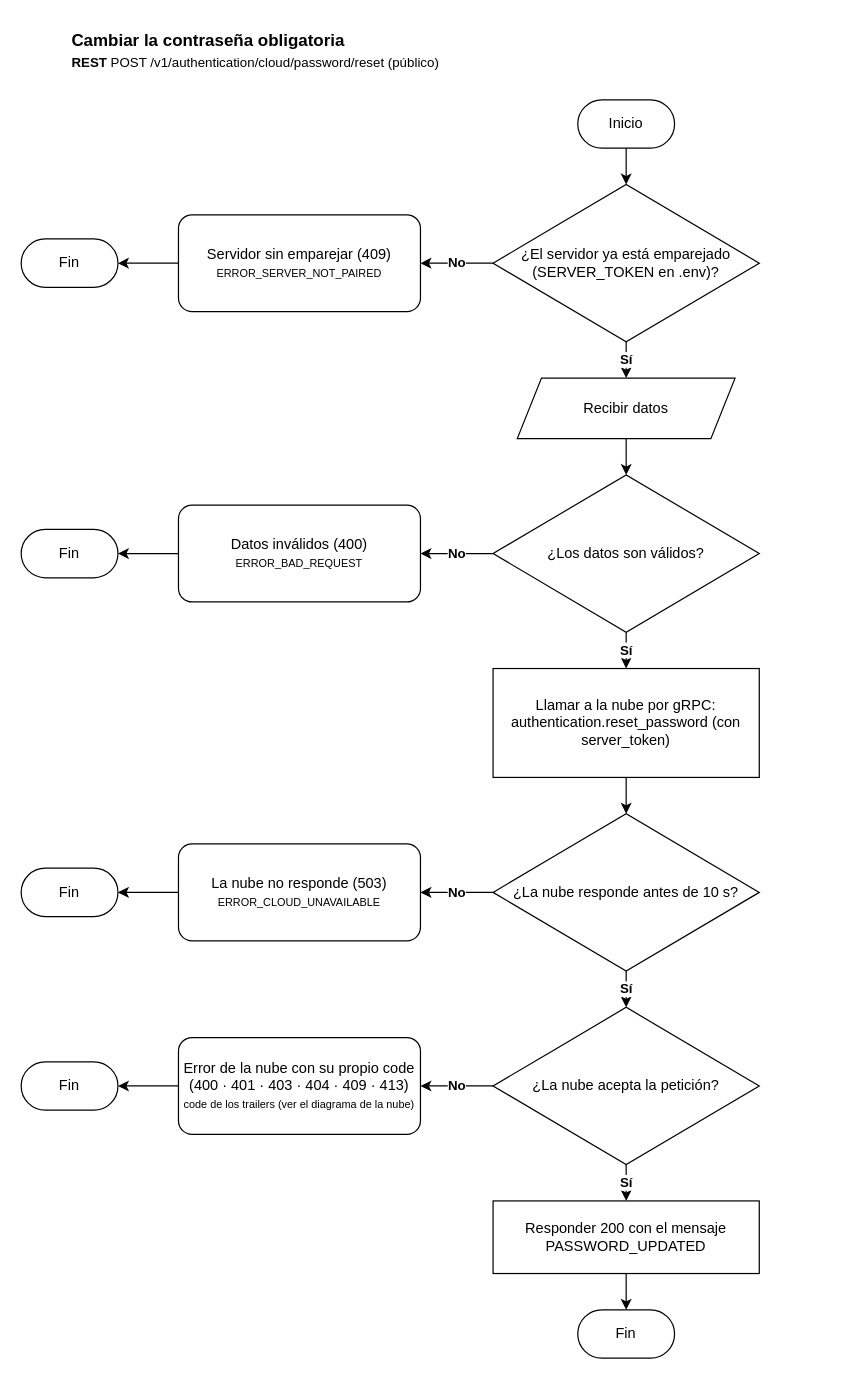
Andry510/miyabi-restaurant-server keeps this draw.io diagram as documents/diagrams/workflows/authentication/cloud/reset.drawio. Above is the earlier version. Source tidied: cells renumbered, new cells numbered last; positions are measured from the earlier drawing's top-left corner, leaving out a move shared by most shapes. Both pictures are drawn from the tidied source at 121%, with x=0, y=0 at pixel (21, 21).
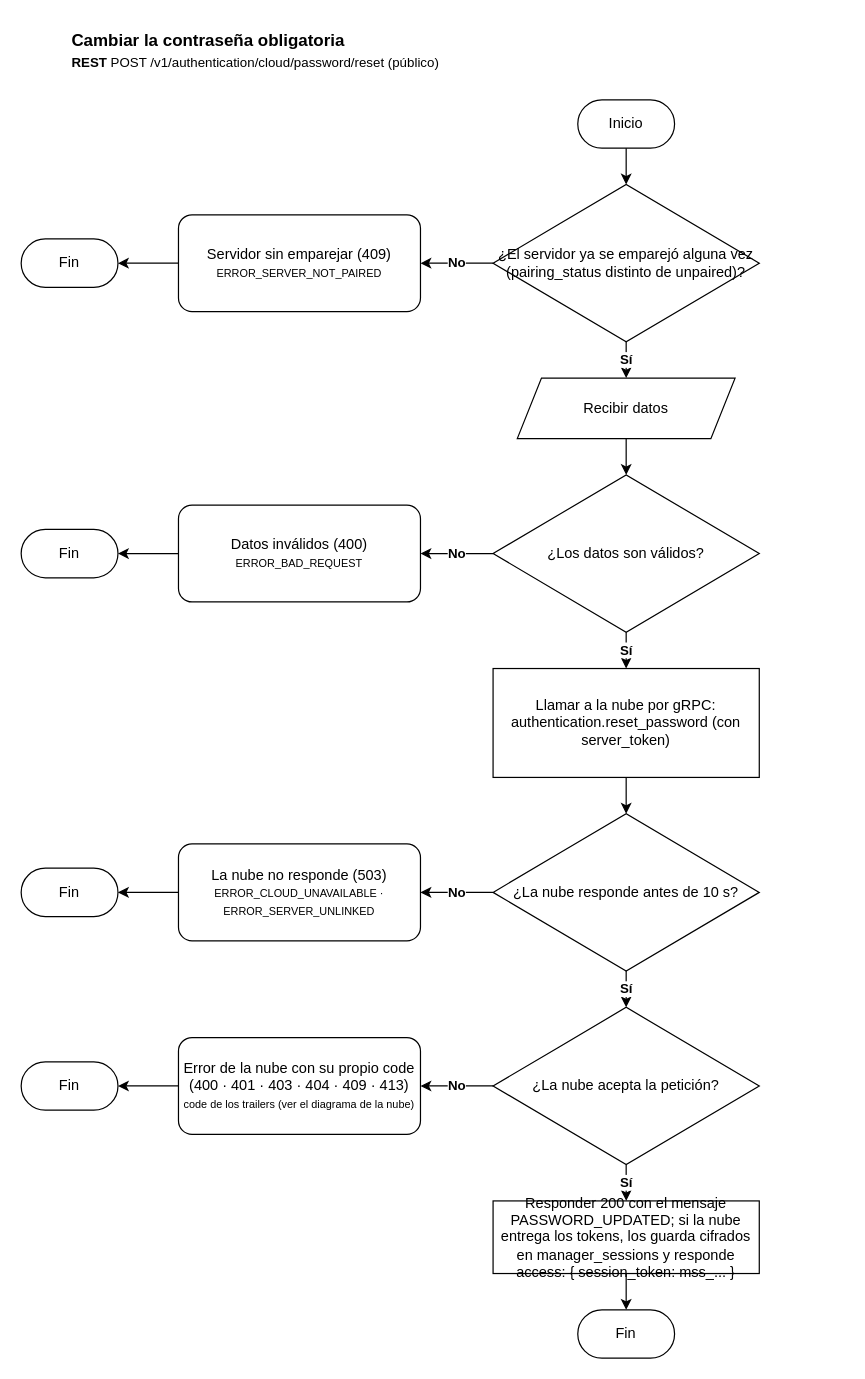
Above is the later version.

Diff of the diagram source:
```diff
@@
-    <mxCell id="4" value="¿El servidor ya está emparejado (SERVER_TOKEN en .env)?" style="rhombus;whiteSpace=wrap;html=1;rounded=1;arcSize=0;" parent="1" vertex="1">
+    <mxCell id="4" value="¿El servidor ya se emparejó alguna vez (pairing_status distinto de unpaired)?" style="rhombus;whiteSpace=wrap;html=1;rounded=1;arcSize=0;" parent="1" vertex="1">
       <mxGeometry x="390" y="135" width="220" height="130" as="geometry" />
     </mxCell>
@@
-    <mxCell id="22" value="La nube no responde (503)&lt;br&gt;&lt;font style=&quot;font-size: 9px;&quot;&gt;ERROR_CLOUD_UNAVAILABLE&lt;/font&gt;" style="rounded=1;whiteSpace=wrap;html=1;arcSize=14;" parent="1" vertex="1">
+    <mxCell id="22" value="La nube no responde (503)&lt;br&gt;&lt;font style=&quot;font-size: 9px;&quot;&gt;ERROR_CLOUD_UNAVAILABLE · ERROR_SERVER_UNLINKED&lt;/font&gt;" style="rounded=1;whiteSpace=wrap;html=1;arcSize=14;" parent="1" vertex="1">
       <mxGeometry x="130" y="680" width="200" height="80" as="geometry" />
     </mxCell>
@@
-    <mxCell id="32" value="Responder 200 con el mensaje PASSWORD_UPDATED" style="rounded=0;whiteSpace=wrap;html=1;" parent="1" vertex="1">
+    <mxCell id="32" value="Responder 200 con el mensaje PASSWORD_UPDATED; si la nube entrega los tokens, los guarda cifrados en manager_sessions y responde access: { session_token: mss_... }" style="rounded=0;whiteSpace=wrap;html=1;" parent="1" vertex="1">
       <mxGeometry x="390" y="975" width="220" height="60" as="geometry" />
     </mxCell>
```
